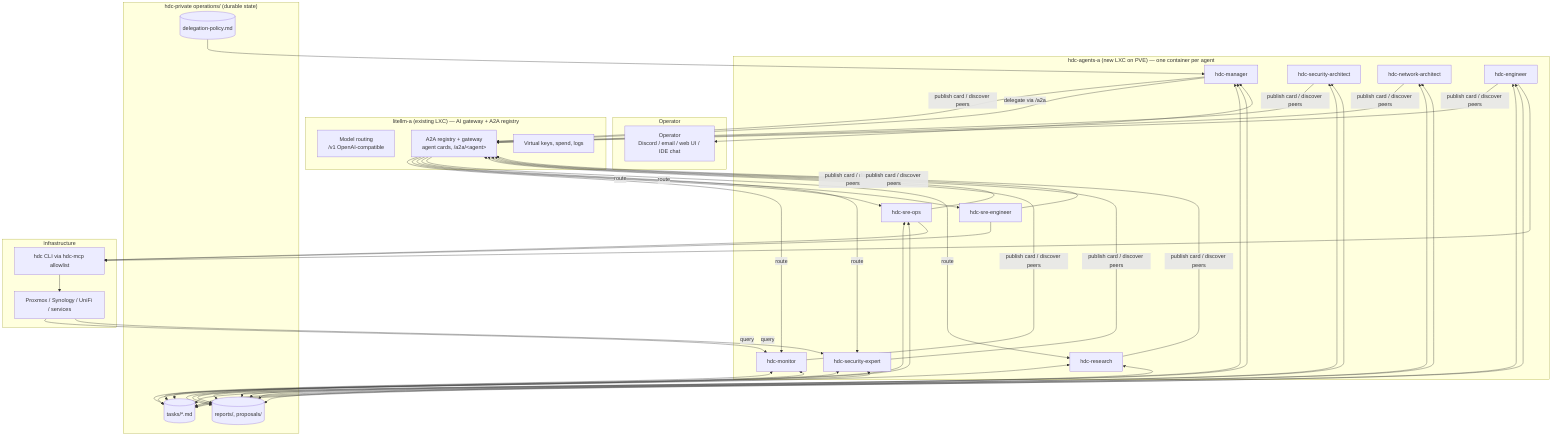
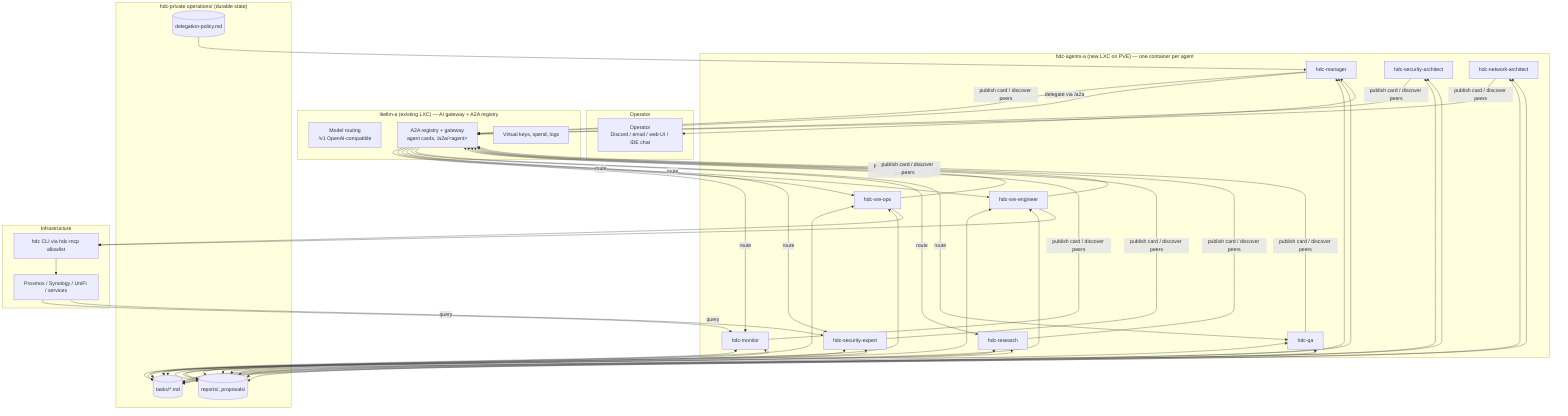
flowchart TB
    subgraph Operator
        OP[Operator<br/>Discord / email / web UI / IDE chat]
    end

    subgraph LiteLLM["litellm-a (existing LXC) — AI gateway + A2A registry"]
        GW[Model routing<br/>/v1 OpenAI-compatible]
        REG[A2A registry + gateway<br/>agent cards, /a2a/&lt;agent&gt;]
        KEYS[Virtual keys, spend, logs]
    end

    subgraph AgentsHost["hdc-agents-a (new LXC on PVE) — one container per agent"]
        MGR[hdc-manager]
        MON[hdc-monitor]
        SREOPS[hdc-sre-ops]
        SREENG[hdc-sre-engineer]
        SECX[hdc-security-expert]
        SECA[hdc-security-architect]
        NETA[hdc-network-architect]
        RES[hdc-research]
-         ENG[hdc-engineer]
+         QA[hdc-qa]
    end

    subgraph State["hdc-private operations/ (durable state)"]
        TQ[(tasks/*.md)]
        RPT[(reports/, proposals/)]
        POL[(delegation-policy.md)]
    end

    subgraph Infra["Infrastructure"]
        CLI[hdc CLI via hdc-mcp allowlist]
        LAB[Proxmox / Synology / UniFi / services]
    end

-     MGR & MON & SREOPS & SREENG & SECX & SECA & NETA & RES & ENG -- publish card / discover peers --> REG
-     MGR -- delegate via /a2a --> REG -- route --> MON & SREOPS & SREENG & SECX & RES
-     MGR & MON & SREOPS & SECX & SECA & NETA & RES & ENG <--> TQ & RPT
+     MGR & MON & SREOPS & SREENG & SECX & SECA & NETA & RES & QA -- publish card / discover peers --> REG
+     MGR -- delegate via /a2a --> REG -- route --> MON & SREOPS & SREENG & SECX & RES & QA
+     MGR & MON & SREOPS & SECX & SECA & NETA & RES & SREENG & QA <--> TQ & RPT
    POL --> MGR
    MGR <--> OP
    SREOPS --> CLI --> LAB
-     SREENG & ENG --> CLI
+     SREENG --> CLI
    LAB -- query --> MON & SECX
